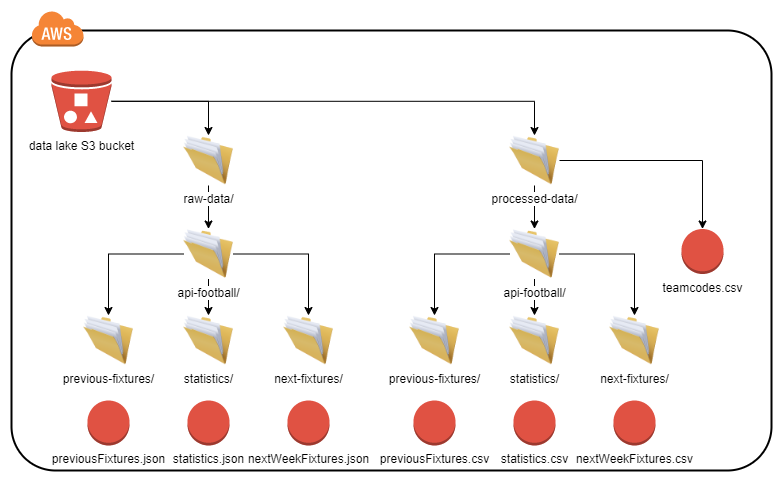
mbahra/AWS_Data_Engineer keeps this draw.io diagram as images/datalakeStructure.png. Above is the earlier version. Source tidied: cells renumbered, new cells last; positions are measured from the earlier drawing's top-left corner, leaving out a move shared by most shapes.
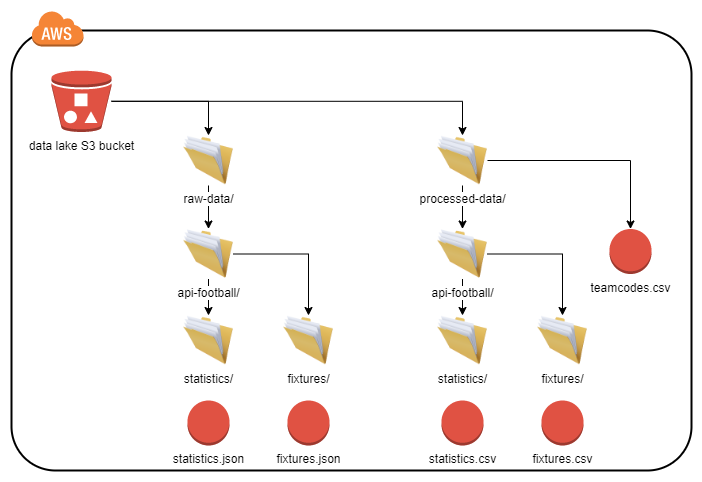
Later version of the same file.

Diff of the diagram source:
```diff
@@ -3,7 +3,7 @@
     <mxCell id="0" />
     <mxCell id="1" parent="0" />
     <mxCell id="2" style="rounded=1;arcSize=10;dashed=0;fillColor=none;gradientColor=none;strokeWidth=2;" parent="1" vertex="1">
-      <mxGeometry y="20" width="760" height="440" as="geometry" />
+      <mxGeometry y="20" width="680" height="440" as="geometry" />
     </mxCell>
     <mxCell id="3" style="dashed=0;html=1;shape=mxgraph.aws3.cloud;fillColor=#F58536;gradientColor=none;dashed=0;" parent="1" vertex="1">
       <mxGeometry x="20" width="52" height="36" as="geometry" />
@@ -23,21 +23,15 @@
     <mxCell id="8" value="raw-data/" style="image;html=1;image=img/lib/clip_art/general/Full_Folder_128x128.png;" parent="1" vertex="1">
       <mxGeometry x="172" y="125" width="50" height="50" as="geometry" />
     </mxCell>
-    <mxCell id="9" value="previous-fixtures/" style="image;html=1;image=img/lib/clip_art/general/Full_Folder_128x128.png;" parent="1" vertex="1">
-      <mxGeometry x="72" y="305" width="50" height="50" as="geometry" />
-    </mxCell>
     <mxCell id="10" value="statistics/" style="image;html=1;image=img/lib/clip_art/general/Full_Folder_128x128.png;" parent="1" vertex="1">
       <mxGeometry x="172" y="305" width="50" height="50" as="geometry" />
     </mxCell>
-    <mxCell id="11" value="next-fixtures/" style="image;html=1;image=img/lib/clip_art/general/Full_Folder_128x128.png;" parent="1" vertex="1">
+    <mxCell id="11" value="fixtures/" style="image;html=1;image=img/lib/clip_art/general/Full_Folder_128x128.png;" parent="1" vertex="1">
       <mxGeometry x="272" y="305" width="50" height="50" as="geometry" />
     </mxCell>
     <mxCell id="12" style="edgeStyle=orthogonalEdgeStyle;rounded=0;jettySize=auto;html=1;" parent="1" edge="1" source="15" target="10">
       <mxGeometry relative="1" as="geometry" />
     </mxCell>
-    <mxCell id="13" style="edgeStyle=orthogonalEdgeStyle;rounded=0;jettySize=auto;html=1;" parent="1" edge="1" source="15" target="9">
-      <mxGeometry relative="1" as="geometry" />
-    </mxCell>
     <mxCell id="14" style="edgeStyle=orthogonalEdgeStyle;rounded=0;jettySize=auto;html=1;" parent="1" edge="1" source="15" target="11">
       <mxGeometry relative="1" as="geometry" />
     </mxCell>
@@ -51,49 +45,37 @@
       <mxGeometry relative="1" as="geometry" />
     </mxCell>
     <mxCell id="18" value="processed-data/" style="image;html=1;image=img/lib/clip_art/general/Full_Folder_128x128.png;" parent="1" vertex="1">
-      <mxGeometry x="498" y="125" width="50" height="50" as="geometry" />
+      <mxGeometry x="426" y="125" width="50" height="50" as="geometry" />
     </mxCell>
     <mxCell id="19" style="edgeStyle=orthogonalEdgeStyle;rounded=0;jettySize=auto;html=1;" parent="1" edge="1" source="22" target="23">
       <mxGeometry relative="1" as="geometry" />
     </mxCell>
-    <mxCell id="20" style="edgeStyle=orthogonalEdgeStyle;rounded=0;jettySize=auto;html=1;" parent="1" edge="1" source="22" target="25">
-      <mxGeometry relative="1" as="geometry" />
-    </mxCell>
     <mxCell id="21" style="edgeStyle=orthogonalEdgeStyle;rounded=0;jettySize=auto;html=1;" parent="1" edge="1" source="22" target="24">
       <mxGeometry relative="1" as="geometry" />
     </mxCell>
     <mxCell id="22" value="api-football/" style="image;html=1;image=img/lib/clip_art/general/Full_Folder_128x128.png;" parent="1" vertex="1">
-      <mxGeometry x="498" y="218.5" width="50" height="50" as="geometry" />
+      <mxGeometry x="426" y="218.5" width="50" height="50" as="geometry" />
     </mxCell>
     <mxCell id="23" value="statistics/" style="image;html=1;image=img/lib/clip_art/general/Full_Folder_128x128.png;" parent="1" vertex="1">
-      <mxGeometry x="498" y="305" width="50" height="50" as="geometry" />
+      <mxGeometry x="426" y="305" width="50" height="50" as="geometry" />
     </mxCell>
-    <mxCell id="24" value="next-fixtures/" style="image;html=1;image=img/lib/clip_art/general/Full_Folder_128x128.png;" parent="1" vertex="1">
-      <mxGeometry x="598" y="305" width="50" height="50" as="geometry" />
+    <mxCell id="24" value="fixtures/" style="image;html=1;image=img/lib/clip_art/general/Full_Folder_128x128.png;" parent="1" vertex="1">
+      <mxGeometry x="526" y="305" width="50" height="50" as="geometry" />
     </mxCell>
-    <mxCell id="25" value="previous-fixtures/" style="image;html=1;image=img/lib/clip_art/general/Full_Folder_128x128.png;" parent="1" vertex="1">
-      <mxGeometry x="398" y="305" width="50" height="50" as="geometry" />
-    </mxCell>
-    <mxCell id="26" value="nextWeekFixtures.json" style="dashed=0;verticalLabelPosition=bottom;verticalAlign=top;align=center;html=1;shape=mxgraph.aws3.object;fillColor=#E05243;gradientColor=none;" parent="1" vertex="1">
+    <mxCell id="26" value="fixtures.json" style="dashed=0;verticalLabelPosition=bottom;verticalAlign=top;align=center;html=1;shape=mxgraph.aws3.object;fillColor=#E05243;gradientColor=none;" parent="1" vertex="1">
       <mxGeometry x="276" y="390" width="42" height="45" as="geometry" />
     </mxCell>
     <mxCell id="27" value="statistics.json" style="dashed=0;verticalLabelPosition=bottom;verticalAlign=top;align=center;html=1;shape=mxgraph.aws3.object;fillColor=#E05243;gradientColor=none;" parent="1" vertex="1">
       <mxGeometry x="176" y="390" width="42" height="45" as="geometry" />
     </mxCell>
-    <mxCell id="28" value="previousFixtures.json" style="dashed=0;verticalLabelPosition=bottom;verticalAlign=top;align=center;html=1;shape=mxgraph.aws3.object;fillColor=#E05243;gradientColor=none;" parent="1" vertex="1">
-      <mxGeometry x="76" y="390" width="42" height="45" as="geometry" />
-    </mxCell>
-    <mxCell id="29" value="previousFixtures.csv" style="dashed=0;verticalLabelPosition=bottom;verticalAlign=top;align=center;html=1;shape=mxgraph.aws3.object;fillColor=#E05243;gradientColor=none;" parent="1" vertex="1">
-      <mxGeometry x="402" y="390" width="42" height="45" as="geometry" />
-    </mxCell>
     <mxCell id="30" value="statistics.csv" style="dashed=0;verticalLabelPosition=bottom;verticalAlign=top;align=center;html=1;shape=mxgraph.aws3.object;fillColor=#E05243;gradientColor=none;" parent="1" vertex="1">
-      <mxGeometry x="502" y="390" width="42" height="45" as="geometry" />
+      <mxGeometry x="430" y="390" width="42" height="45" as="geometry" />
     </mxCell>
-    <mxCell id="31" value="nextWeekFixtures.csv" style="dashed=0;verticalLabelPosition=bottom;verticalAlign=top;align=center;html=1;shape=mxgraph.aws3.object;fillColor=#E05243;gradientColor=none;" parent="1" vertex="1">
-      <mxGeometry x="602" y="390" width="42" height="45" as="geometry" />
+    <mxCell id="31" value="fixtures.csv" style="dashed=0;verticalLabelPosition=bottom;verticalAlign=top;align=center;html=1;shape=mxgraph.aws3.object;fillColor=#E05243;gradientColor=none;" parent="1" vertex="1">
+      <mxGeometry x="530" y="390" width="42" height="45" as="geometry" />
     </mxCell>
     <mxCell id="32" value="teamcodes.csv" style="outlineConnect=0;dashed=0;verticalLabelPosition=bottom;verticalAlign=top;align=center;html=1;shape=mxgraph.aws3.object;fillColor=#E05243;gradientColor=none;" parent="1" vertex="1">
-      <mxGeometry x="670" y="218.5" width="42" height="45" as="geometry" />
+      <mxGeometry x="598" y="218.5" width="42" height="45" as="geometry" />
     </mxCell>
   </root>
 </mxGraphModel>
```
